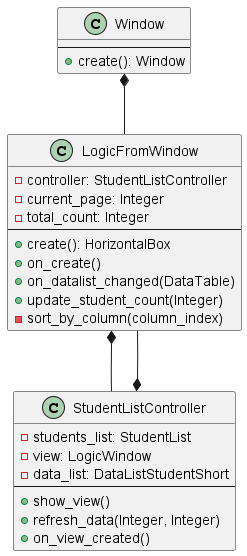
Earlier version of the PlantUML export Lab_2/Diagrams/MVC.png (yellowcat-dotcom/Ruby). Source of this version:
```plantuml
@startuml

class Window {
     --
     +create(): Window
 }

 class LogicFromWindow {
     -controller: StudentListController
     -current_page: Integer
     -total_count: Integer
     --
     +create(): HorizontalBox
     +on_create()
     +on_datalist_changed(DataTable)
     +update_student_count(Integer)
     -sort_by_column(column_index)
 }

 class StudentListController {
     -students_list: StudentList
     -view: LogicWindow
     -data_list: DataListStudentShort
     --
     +show_view()
     +refresh_data(Integer, Integer)
     +on_view_created()
 }

 Window *-- LogicFromWindow
 LogicFromWindow *-- StudentListController
 StudentListController *-- LogicFromWindow
@enduml
```
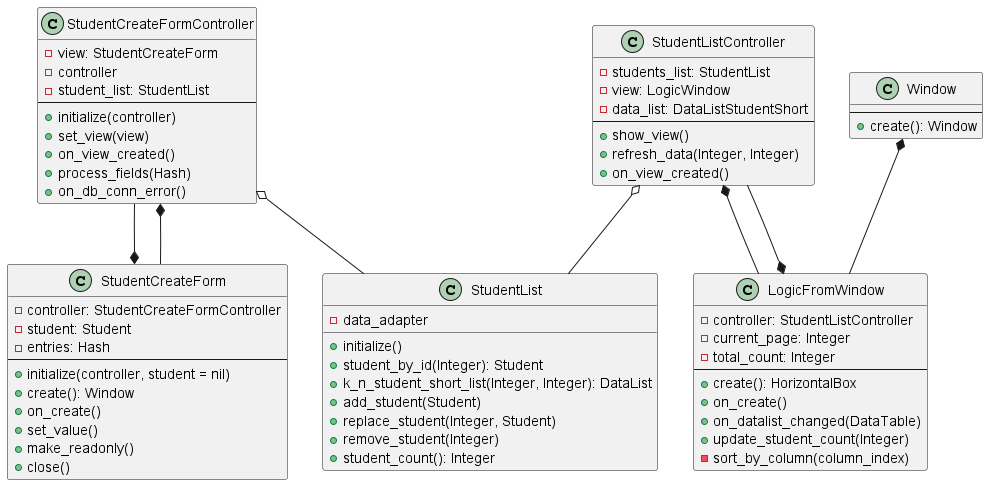
The same diagram one commit later.

Diff of the diagram source:
```diff
@@ -4,6 +4,44 @@
      --
      +create(): Window
  }
+
+class StudentCreateForm {
+    -controller: StudentCreateFormController
+    -student: Student
+    -entries: Hash
+    --
+    +initialize(controller, student = nil)
+    +create(): Window
+    +on_create()
+    +set_value()
+    +make_readonly()
+    +close()
+}
+
+class StudentList {
+-data_adapter
+     +initialize()
+     +student_by_id(Integer): Student
+     +k_n_student_short_list(Integer, Integer): DataList
+     +add_student(Student)
+     +replace_student(Integer, Student)
+     +remove_student(Integer)
+     +student_count(): Integer
+}
+
+
+class StudentCreateFormController {
+    -view: StudentCreateForm
+    -controller
+    -student_list: StudentList
+    --
+    +initialize(controller)
+    +set_view(view)
+    +on_view_created()
+    +process_fields(Hash)
+    +on_db_conn_error()
+}
+
 
  class LogicFromWindow {
      -controller: StudentListController
@@ -27,6 +65,13 @@
      +on_view_created()
  }
 
+
+StudentCreateForm *-u- StudentCreateFormController
+StudentCreateFormController *-- StudentCreateForm
+StudentCreateFormController o-- StudentList
+StudentListController o-- StudentList
+
+
  Window *-- LogicFromWindow
  LogicFromWindow *-- StudentListController
  StudentListController *-- LogicFromWindow
```
